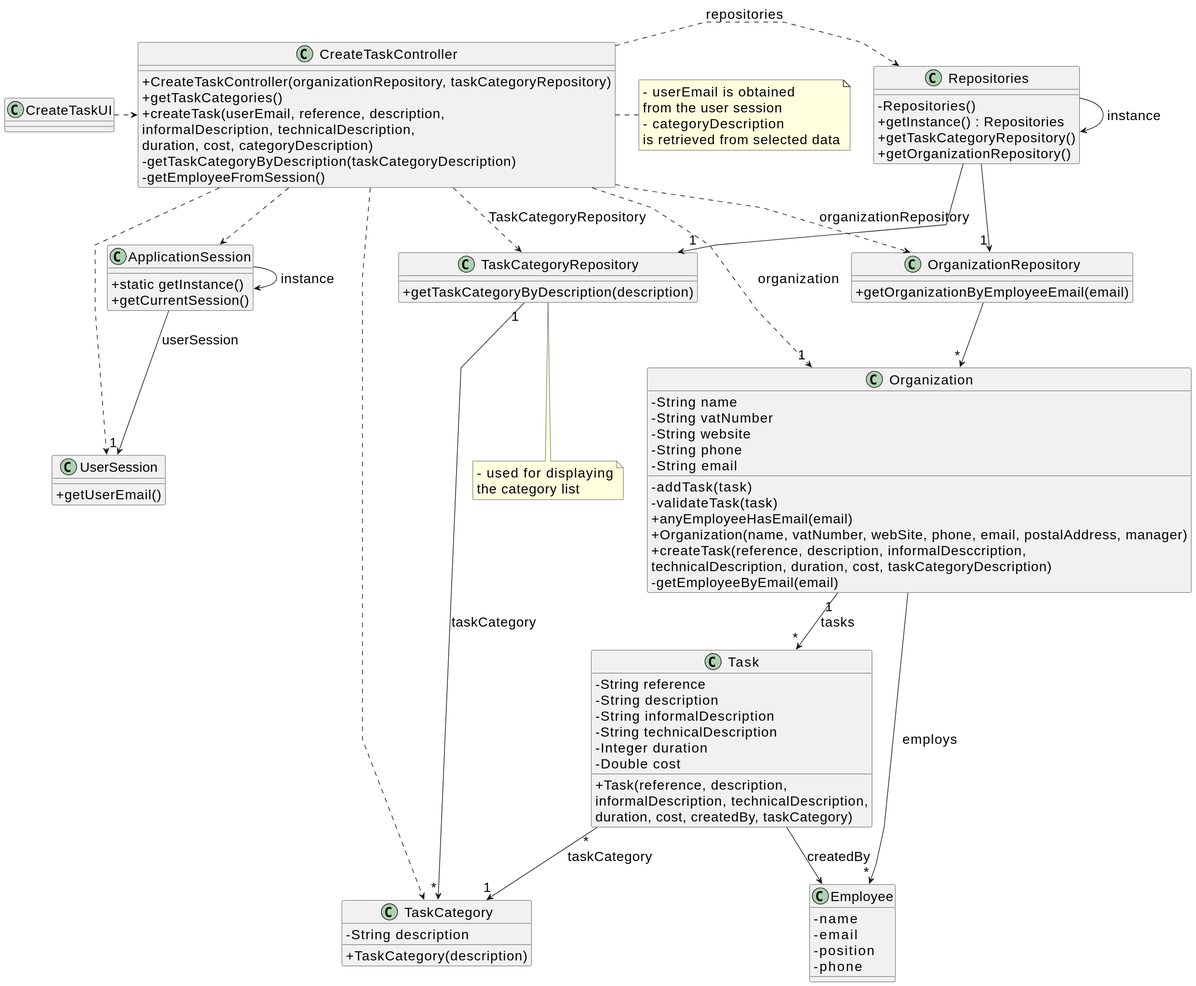
The PlantUML diagram docs/sprintC/us010/03.design/svg/us010-class-diagram.svg in rita-barbosa/LAPR2-2223, before a commit.
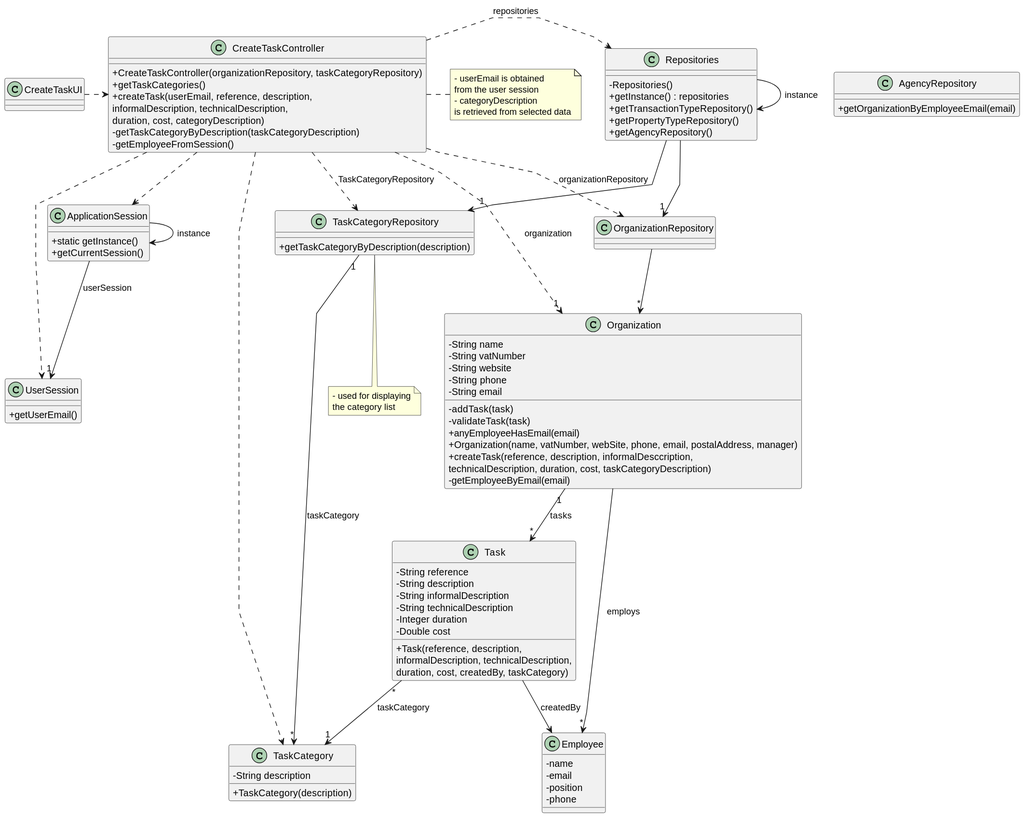
Later version of the same file.

Diff of the diagram source:
```diff
@@ -1,5 +1,4 @@
 @startuml
-skinparamlocked defaultFontSize 20
 skinparam packageStyle rectangle
 skinparam shadowing false
 skinparam linetype polyline
@@ -62,15 +61,16 @@
     + getTaskCategoryByDescription(description)
 }
 
-class OrganizationRepository {
+class AgencyRepository {
     + getOrganizationByEmployeeEmail(email)
 }
 
 class Repositories {
     - Repositories()
-    + getInstance() : Repositories
-    + getTaskCategoryRepository()
-    + getOrganizationRepository()
+    + getInstance() : repositories
+    + getTransactionTypeRepository()
+    + getPropertyTypeRepository()
+    + getAgencyRepository()
 }
 
 class CreateTaskController {
```
